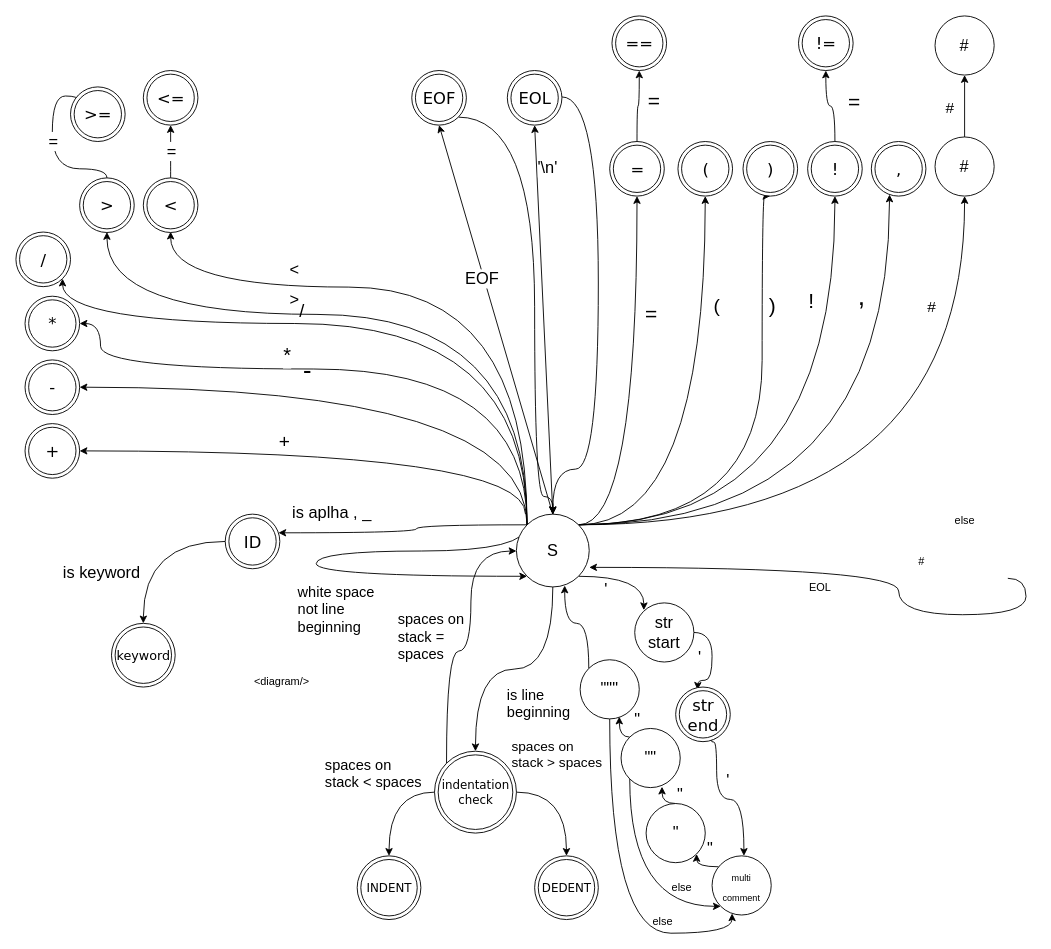
The draw.io diagram fsm.drawio in otcen4s/IFJ-project2019, before the edit. Source tidied: cells renumbered, new cells numbered last; positions are measured from the earlier drawing's top-left corner, leaving out a move shared by most shapes. Both pictures are drawn from the tidied source at 91%, with x=0, y=0 at pixel (15, 15).
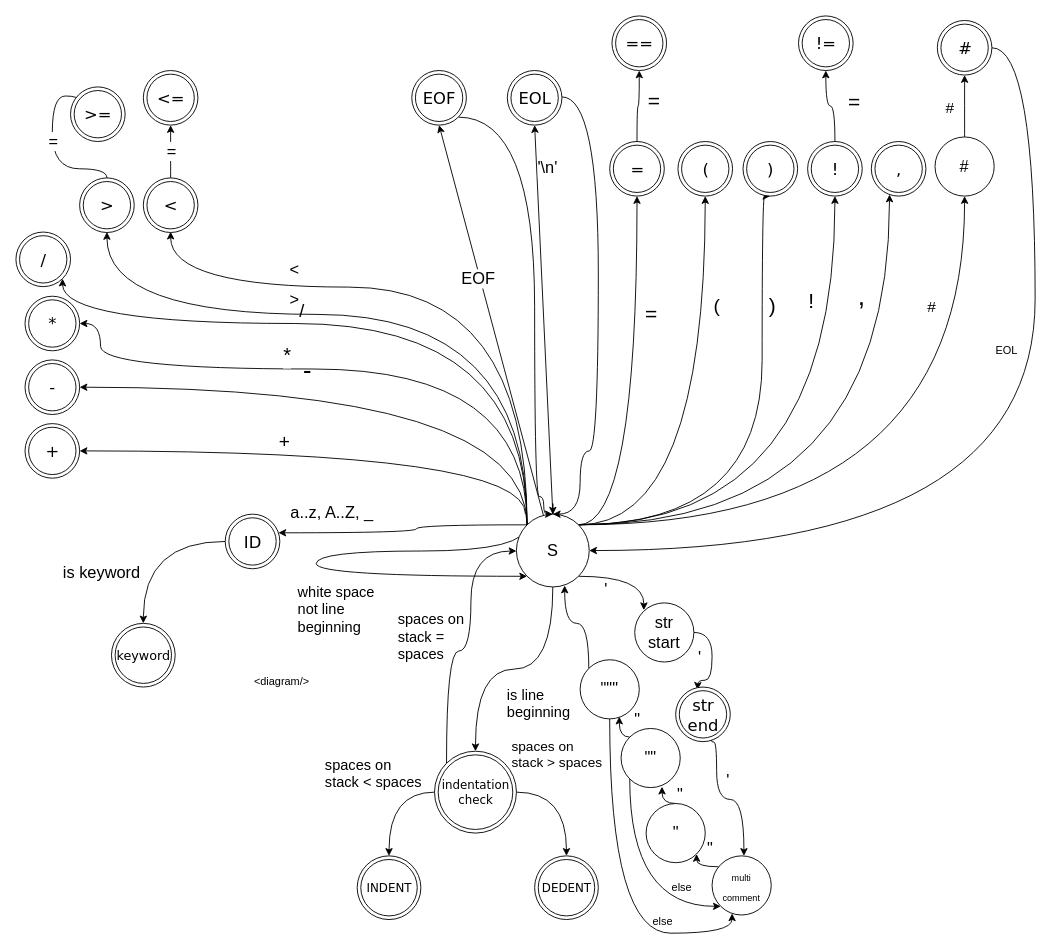
The same page after the edit.

The change refers to these unchanged cells:
```xml
<mxCell id="14" style="edgeStyle=orthogonalEdgeStyle;curved=1;jettySize=auto;html=1;exitX=0;exitY=0;exitDx=0;exitDy=0;fontSize=18;" parent="1" edge="1" source="34" target="59">
  <mxGeometry relative="1" as="geometry">
    <Array as="points">
      <mxPoint x="440" y="559" />
      <mxPoint x="440" y="568" />
    </Array>
  </mxGeometry>
</mxCell>
<mxCell id="34" value="&lt;font style=&quot;font-size: 18px;&quot;&gt;S&lt;/font&gt;" style="ellipse;whiteSpace=wrap;html=1;fontSize=18;" parent="1" vertex="1">
  <mxGeometry x="550" y="547.5" width="80" height="80" as="geometry" />
</mxCell>
<mxCell id="53" value="&lt;font style=&quot;font-size: 18px;&quot;&gt;EOL&lt;/font&gt;" style="ellipse;shape=doubleEllipse;html=1;dashed=0;whitespace=wrap;fontFamily=Verdana;fontSize=18;" parent="1" vertex="1">
  <mxGeometry x="540" y="60" width="60" height="60" as="geometry" />
</mxCell>
<mxCell id="55" value="&lt;font style=&quot;font-size: 18px;&quot;&gt;EOF&lt;/font&gt;" style="ellipse;shape=doubleEllipse;html=1;dashed=0;whitespace=wrap;fontFamily=Verdana;fontSize=18;" parent="1" vertex="1">
  <mxGeometry x="435" y="60" width="60" height="60" as="geometry" />
</mxCell>
<mxCell id="109" value="#" style="ellipse;whiteSpace=wrap;html=1;fontSize=18;" parent="1" vertex="1">
  <mxGeometry x="1010" y="133" width="65" height="65" as="geometry" />
</mxCell>
```

What changed in the source:
```diff
@@
-    <mxCell id="15" value="is aplha , _ " style="text;html=1;align=center;verticalAlign=middle;labelBackgroundColor=#ffffff;fontSize=18;" parent="14" vertex="1">
+    <mxCell id="15" value="a..z, A..Z, _" style="text;html=1;align=center;verticalAlign=middle;labelBackgroundColor=#ffffff;fontSize=18;" parent="14" vertex="1">
       <mxGeometry x="0.33" y="-7" relative="1" as="geometry">
         <mxPoint x="-36" y="-16" as="offset" />
       </mxGeometry>
     </mxCell>
-    <mxCell id="16" style="jettySize=auto;html=1;exitX=0.5;exitY=0;exitDx=0;exitDy=0;entryX=0.5;entryY=1;entryDx=0;entryDy=0;fontSize=18;" parent="1" edge="1" source="34" target="55">
+    <mxCell id="16" style="jettySize=auto;html=1;entryX=0.5;entryY=1;entryDx=0;entryDy=0;fontSize=18;" parent="1" edge="1" source="34" target="55">
       <mxGeometry relative="1" as="geometry" />
     </mxCell>
@@
     <mxCell id="52" style="edgeStyle=orthogonalEdgeStyle;curved=1;rounded=0;jettySize=auto;html=1;entryX=0.5;entryY=0;entryDx=0;entryDy=0;" parent="1" edge="1" source="53" target="34">
       <mxGeometry relative="1" as="geometry">
         <Array as="points">
           <mxPoint x="640" y="89" />
-          <mxPoint x="640" y="498" />
-          <mxPoint x="590" y="498" />
+          <mxPoint x="640" y="478" />
+          <mxPoint x="620" y="478" />
+          <mxPoint x="620" y="548" />
         </Array>
       </mxGeometry>
     </mxCell>
@@
     <mxCell id="54" style="rounded=0;jettySize=auto;html=1;exitX=1;exitY=1;exitDx=0;exitDy=0;entryX=0.5;entryY=0;entryDx=0;entryDy=0;edgeStyle=orthogonalEdgeStyle;curved=1;" parent="1" edge="1" source="55" target="34">
       <mxGeometry relative="1" as="geometry">
         <Array as="points">
           <mxPoint x="570" y="111" />
           <mxPoint x="570" y="528" />
-          <mxPoint x="590" y="528" />
+          <mxPoint x="580" y="528" />
+          <mxPoint x="580" y="548" />
         </Array>
       </mxGeometry>
     </mxCell>
@@
-    <mxCell id="77" style="edgeStyle=orthogonalEdgeStyle;curved=1;jettySize=auto;html=1;exitX=1;exitY=0.5;exitDx=0;exitDy=0;entryX=1;entryY=0.731;entryDx=0;entryDy=0;entryPerimeter=0;" parent="1" edge="1" target="34">
-      <mxGeometry relative="1" as="geometry">
-        <mxPoint x="1090" y="618" as="sourcePoint" />
-        <Array as="points">
-          <mxPoint x="1110" y="618" />
-          <mxPoint x="1110" y="658" />
-          <mxPoint x="970" y="658" />
-          <mxPoint x="970" y="606" />
-        </Array>
-      </mxGeometry>
-    </mxCell>
@@
-    <mxCell id="79" value="#" style="text;html=1;align=left;verticalAlign=top;spacingTop=-4;" parent="1" vertex="1">
-      <mxGeometry x="990" y="590" width="20" height="20" as="geometry" />
-    </mxCell>
-    <mxCell id="80" value="else" style="text;html=1;align=left;verticalAlign=top;spacingTop=-4;" parent="1" vertex="1">
-      <mxGeometry x="1030" y="545" width="40" height="20" as="geometry" />
-    </mxCell>
@@
     <mxCell id="100" value="EOL" style="text;html=1;align=left;verticalAlign=top;spacingTop=-4;" parent="1" vertex="1">
-      <mxGeometry x="870" y="617.5" width="40" height="20" as="geometry" />
+      <mxGeometry x="1075" y="358" width="40" height="20" as="geometry" />
     </mxCell>
-    <mxCell id="101" value="#" style="ellipse;whiteSpace=wrap;html=1;fontSize=18;" parent="1" vertex="1">
-      <mxGeometry x="1010" width="65" height="65" as="geometry" />
-    </mxCell>
@@
-    <mxCell id="108" style="edgeStyle=none;rounded=0;jettySize=auto;html=1;exitX=0.5;exitY=0;exitDx=0;exitDy=0;entryX=0.5;entryY=1;entryDx=0;entryDy=0;" parent="1" edge="1" source="109" target="101">
-      <mxGeometry relative="1" as="geometry" />
-    </mxCell>
+    <mxCell id="111" style="edgeStyle=orthogonalEdgeStyle;curved=1;rounded=0;jettySize=auto;html=1;exitX=0.5;exitY=0;exitDx=0;exitDy=0;entryX=0.5;entryY=1;entryDx=0;entryDy=0;fontSize=17;" parent="1" edge="1" source="109" target="113">
+      <mxGeometry relative="1" as="geometry" />
+    </mxCell>
@@
+    <mxCell id="112" style="edgeStyle=orthogonalEdgeStyle;curved=1;rounded=0;jettySize=auto;html=1;entryX=1;entryY=0.5;entryDx=0;entryDy=0;fontSize=17;" parent="1" edge="1" source="113" target="34">
+      <mxGeometry relative="1" as="geometry">
+        <Array as="points">
+          <mxPoint x="1120" y="35" />
+          <mxPoint x="1120" y="588" />
+        </Array>
+      </mxGeometry>
+    </mxCell>
+    <mxCell id="113" value="#" style="ellipse;shape=doubleEllipse;html=1;dashed=0;whitespace=wrap;fontFamily=Verdana;fontSize=18;" parent="1" vertex="1">
+      <mxGeometry x="1012.5" y="5" width="60" height="60" as="geometry" />
+    </mxCell>
```
